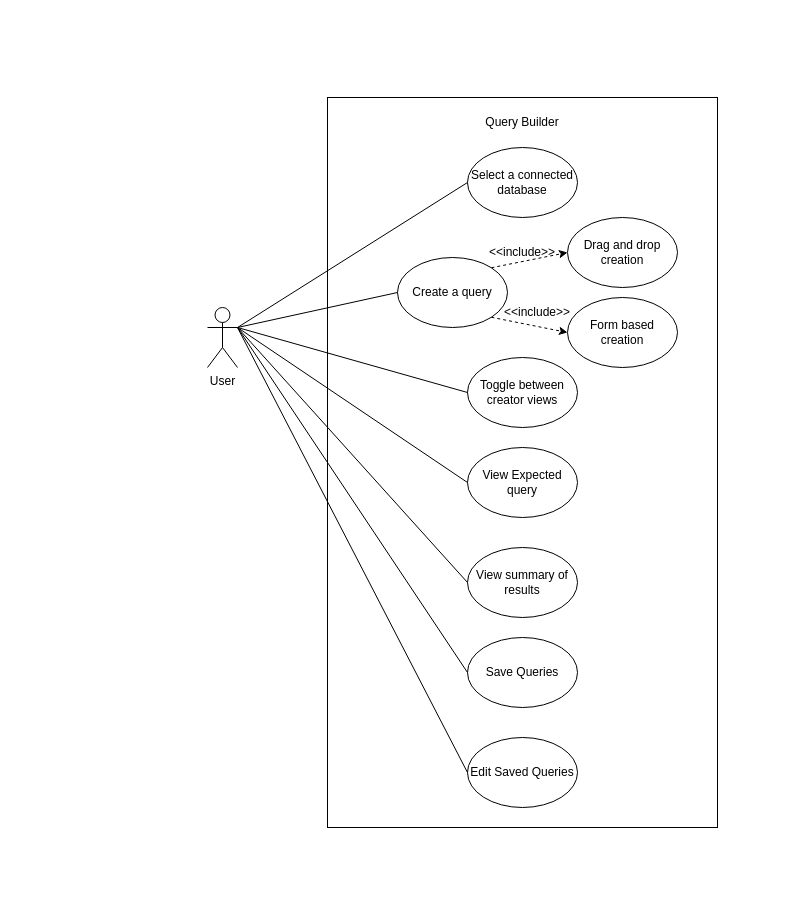
Before: query-builder-docs/static/img/QueryBuilder.drawio in COS301-SE-2024/Query-Builder, a draw.io diagram. Source tidied: cells renumbered, new cells numbered last; positions are measured from the earlier drawing's top-left corner, leaving out a move shared by most shapes. Both pictures are drawn from the tidied source at 100%, with x=0, y=0 at pixel (207, 97).
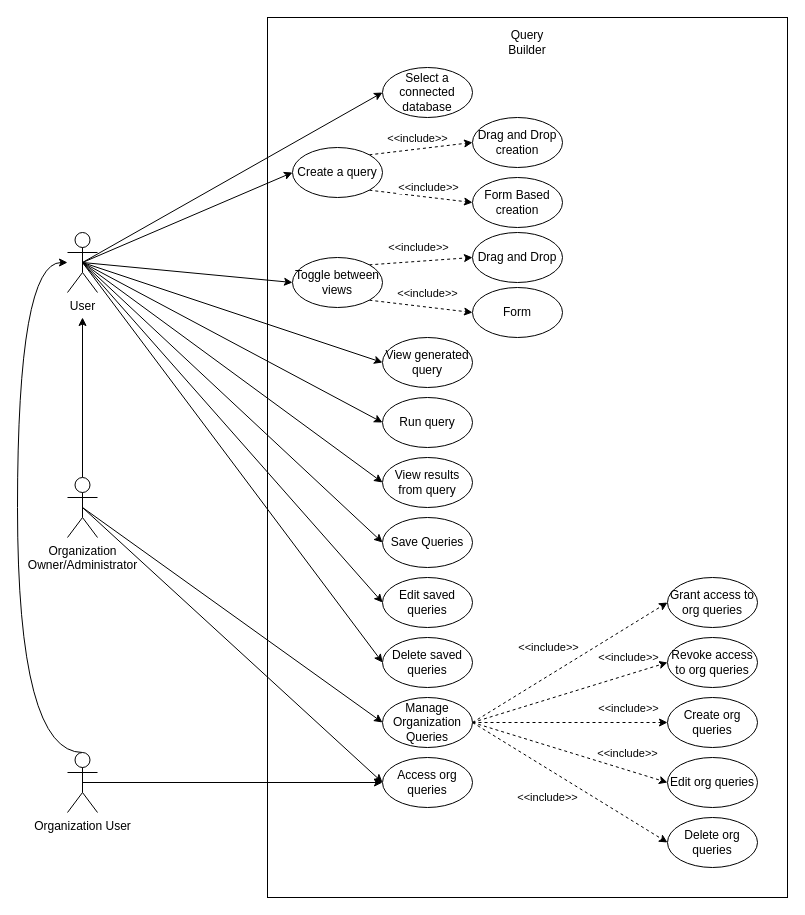
The same diagram, later.

The edit, as a diff of the source:
```diff
@@
-    <mxCell id="2" style="rounded=0;whiteSpace=wrap;html=1;" parent="1" vertex="1">
-      <mxGeometry x="120" width="390" height="730" as="geometry" />
-    </mxCell>
-    <mxCell id="3" value="User" style="shape=umlActor;verticalLabelPosition=bottom;verticalAlign=top;html=1;outlineConnect=0;" parent="1" vertex="1">
-      <mxGeometry y="210" width="30" height="60" as="geometry" />
-    </mxCell>
-    <mxCell id="4" value="Select a connected database" style="ellipse;whiteSpace=wrap;html=1;" parent="1" vertex="1">
-      <mxGeometry x="260" y="50" width="110" height="70" as="geometry" />
-    </mxCell>
-    <mxCell id="5" value="View Expected query" style="ellipse;whiteSpace=wrap;html=1;" parent="1" vertex="1">
-      <mxGeometry x="260" y="350" width="110" height="70" as="geometry" />
-    </mxCell>
-    <mxCell id="6" value="Create a query" style="ellipse;whiteSpace=wrap;html=1;" parent="1" vertex="1">
-      <mxGeometry x="190" y="160" width="110" height="70" as="geometry" />
-    </mxCell>
+    <mxCell id="25" style="rounded=0;whiteSpace=wrap;html=1;" parent="1" vertex="1">
+      <mxGeometry x="60" y="-80" width="520" height="880" as="geometry" />
+    </mxCell>
-    <mxCell id="7" style="endArrow=none;html=1;rounded=0;entryX=0;entryY=0.5;entryDx=0;entryDy=0;exitX=1;exitY=0.3333333333333333;exitDx=0;exitDy=0;exitPerimeter=0;" parent="1" edge="1" source="3" target="4">
+    <mxCell id="7" style="rounded=0;jettySize=auto;html=1;exitX=0.5;exitY=0.5;exitDx=0;exitDy=0;exitPerimeter=0;entryX=0;entryY=0.5;entryDx=0;entryDy=0;" parent="1" edge="1" source="3" target="4">
       <mxGeometry relative="1" as="geometry" />
     </mxCell>
-    <mxCell id="8" style="endArrow=none;html=1;rounded=0;entryX=0;entryY=0.5;entryDx=0;entryDy=0;exitX=1;exitY=0.3333333333333333;exitDx=0;exitDy=0;exitPerimeter=0;" parent="1" edge="1" source="3" target="6">
+    <mxCell id="8" style="rounded=0;jettySize=auto;html=1;exitX=0.5;exitY=0.5;exitDx=0;exitDy=0;exitPerimeter=0;entryX=0;entryY=0.5;entryDx=0;entryDy=0;" parent="1" edge="1" source="3" target="6">
       <mxGeometry relative="1" as="geometry" />
     </mxCell>
-    <mxCell id="9" style="endArrow=none;html=1;rounded=0;exitX=1;exitY=0.3333333333333333;exitDx=0;exitDy=0;exitPerimeter=0;entryX=0;entryY=0.5;entryDx=0;entryDy=0;" parent="1" edge="1" source="3" target="5">
-      <mxGeometry relative="1" as="geometry" />
-    </mxCell>
+    <mxCell id="26" style="rounded=0;jettySize=auto;html=1;exitX=0.5;exitY=0.5;exitDx=0;exitDy=0;exitPerimeter=0;entryX=0;entryY=0.5;entryDx=0;entryDy=0;" parent="1" edge="1" source="3" target="42">
+      <mxGeometry relative="1" as="geometry" />
+    </mxCell>
+    <mxCell id="27" style="rounded=0;jettySize=auto;html=1;exitX=0.5;exitY=0.5;exitDx=0;exitDy=0;exitPerimeter=0;entryX=0;entryY=0.5;entryDx=0;entryDy=0;" parent="1" edge="1" source="3" target="43">
+      <mxGeometry relative="1" as="geometry" />
+    </mxCell>
+    <mxCell id="28" style="rounded=0;jettySize=auto;html=1;exitX=0.5;exitY=0.5;exitDx=0;exitDy=0;exitPerimeter=0;entryX=0;entryY=0.5;entryDx=0;entryDy=0;" parent="1" edge="1" source="3" target="44">
+      <mxGeometry relative="1" as="geometry" />
+    </mxCell>
+    <mxCell id="29" style="rounded=0;jettySize=auto;html=1;exitX=0.5;exitY=0.5;exitDx=0;exitDy=0;exitPerimeter=0;entryX=0;entryY=0.5;entryDx=0;entryDy=0;" parent="1" edge="1" source="3" target="45">
+      <mxGeometry relative="1" as="geometry" />
+    </mxCell>
+    <mxCell id="23" style="rounded=0;jettySize=auto;html=1;exitX=0.5;exitY=0.5;exitDx=0;exitDy=0;exitPerimeter=0;entryX=0;entryY=0.5;entryDx=0;entryDy=0;" parent="1" edge="1" source="3" target="21">
+      <mxGeometry relative="1" as="geometry" />
+    </mxCell>
+    <mxCell id="30" style="rounded=0;jettySize=auto;html=1;exitX=0.5;exitY=0.5;exitDx=0;exitDy=0;exitPerimeter=0;entryX=0;entryY=0.5;entryDx=0;entryDy=0;" parent="1" edge="1" source="3" target="48">
+      <mxGeometry relative="1" as="geometry" />
+    </mxCell>
+    <mxCell id="31" style="rounded=0;jettySize=auto;html=1;exitX=0.5;exitY=0.5;exitDx=0;exitDy=0;exitPerimeter=0;entryX=0;entryY=0.5;entryDx=0;entryDy=0;" parent="1" edge="1" source="3" target="49">
+      <mxGeometry relative="1" as="geometry" />
+    </mxCell>
+    <mxCell id="3" value="User" style="shape=umlActor;verticalLabelPosition=bottom;verticalAlign=top;html=1;outlineConnect=0;" parent="1" vertex="1">
+      <mxGeometry x="-140" y="135" width="30" height="60" as="geometry" />
+    </mxCell>
     <mxCell id="10" value="Query Builder" style="text;html=1;align=center;verticalAlign=middle;whiteSpace=wrap;rounded=0;" parent="1" vertex="1">
-      <mxGeometry x="230" y="10" width="170" height="30" as="geometry" />
+      <mxGeometry x="290" y="-70" width="60" height="30" as="geometry" />
     </mxCell>
-    <mxCell id="11" value="View summary of results" style="ellipse;whiteSpace=wrap;html=1;" parent="1" vertex="1">
-      <mxGeometry x="260" y="450" width="110" height="70" as="geometry" />
-    </mxCell>
-    <mxCell id="12" value="Toggle between creator views" style="ellipse;whiteSpace=wrap;html=1;" parent="1" vertex="1">
-      <mxGeometry x="260" y="260" width="110" height="70" as="geometry" />
-    </mxCell>
-    <mxCell id="13" style="endArrow=none;html=1;rounded=0;exitX=1;exitY=0.3333333333333333;exitDx=0;exitDy=0;exitPerimeter=0;entryX=0;entryY=0.5;entryDx=0;entryDy=0;" parent="1" edge="1" source="3" target="12">
-      <mxGeometry relative="1" as="geometry" />
-    </mxCell>
-    <mxCell id="14" style="endArrow=none;html=1;rounded=0;exitX=1;exitY=0.3333333333333333;exitDx=0;exitDy=0;exitPerimeter=0;entryX=0;entryY=0.5;entryDx=0;entryDy=0;" parent="1" edge="1" source="3" target="11">
-      <mxGeometry relative="1" as="geometry" />
-    </mxCell>
-    <mxCell id="15" value="Form based creation" style="ellipse;whiteSpace=wrap;html=1;" parent="1" vertex="1">
-      <mxGeometry x="360" y="200" width="110" height="70" as="geometry" />
-    </mxCell>
-    <mxCell id="16" value="Drag and drop creation" style="ellipse;whiteSpace=wrap;html=1;" parent="1" vertex="1">
-      <mxGeometry x="360" y="120" width="110" height="70" as="geometry" />
-    </mxCell>
-    <mxCell id="17" style="endArrow=classic;html=1;rounded=0;entryX=0;entryY=0.5;entryDx=0;entryDy=0;exitX=1;exitY=0;exitDx=0;exitDy=0;dashed=1;" parent="1" edge="1" source="6" target="16">
-      <mxGeometry relative="1" as="geometry" />
-    </mxCell>
-    <mxCell id="18" style="endArrow=classic;html=1;rounded=0;entryX=0;entryY=0.5;entryDx=0;entryDy=0;exitX=1;exitY=1;exitDx=0;exitDy=0;dashed=1;" parent="1" edge="1" source="6" target="15">
-      <mxGeometry relative="1" as="geometry" />
-    </mxCell>
-    <mxCell id="19" value="&amp;lt;&amp;lt;include&amp;gt;&amp;gt;" style="text;html=1;align=center;verticalAlign=middle;whiteSpace=wrap;rounded=0;" parent="1" vertex="1">
-      <mxGeometry x="300" y="200" width="60" height="30" as="geometry" />
-    </mxCell>
-    <mxCell id="20" value="&amp;lt;&amp;lt;include&amp;gt;&amp;gt;" style="text;html=1;align=center;verticalAlign=middle;whiteSpace=wrap;rounded=0;" parent="1" vertex="1">
-      <mxGeometry x="285" y="140" width="60" height="30" as="geometry" />
-    </mxCell>
+    <mxCell id="4" value="Select a connected database" style="ellipse;whiteSpace=wrap;html=1;" parent="1" vertex="1">
+      <mxGeometry x="175" y="-30" width="90" height="50" as="geometry" />
+    </mxCell>
+    <mxCell id="32" value="Drag and Drop creation" style="ellipse;whiteSpace=wrap;html=1;" parent="1" vertex="1">
+      <mxGeometry x="265" y="20" width="90" height="50" as="geometry" />
+    </mxCell>
+    <mxCell id="33" value="Form Based creation" style="ellipse;whiteSpace=wrap;html=1;" parent="1" vertex="1">
+      <mxGeometry x="265" y="80" width="90" height="50" as="geometry" />
+    </mxCell>
+    <mxCell id="34" style="rounded=0;jettySize=auto;html=1;exitX=1;exitY=0;exitDx=0;exitDy=0;entryX=0;entryY=0.5;entryDx=0;entryDy=0;dashed=1;" parent="1" edge="1" source="6" target="32">
+      <mxGeometry relative="1" as="geometry" />
+    </mxCell>
+    <mxCell id="35" value="&amp;lt;&amp;lt;include&amp;gt;&amp;gt;" style="edgeLabel;html=1;align=center;verticalAlign=middle;" parent="34" vertex="1">
+      <mxGeometry x="-0.17" y="-1" relative="1" as="geometry">
+        <mxPoint x="5" y="-13" as="offset" />
+      </mxGeometry>
+    </mxCell>
+    <mxCell id="36" style="rounded=0;jettySize=auto;html=1;exitX=1;exitY=1;exitDx=0;exitDy=0;entryX=0;entryY=0.5;entryDx=0;entryDy=0;dashed=1;" parent="1" edge="1" source="6" target="33">
+      <mxGeometry relative="1" as="geometry" />
+    </mxCell>
+    <mxCell id="37" value="&amp;lt;&amp;lt;include&amp;gt;&amp;gt;" style="edgeLabel;html=1;align=center;verticalAlign=middle;" parent="36" vertex="1">
+      <mxGeometry x="-0.06" y="5" relative="1" as="geometry">
+        <mxPoint x="9" y="-4" as="offset" />
+      </mxGeometry>
+    </mxCell>
+    <mxCell id="6" value="Create a query" style="ellipse;whiteSpace=wrap;html=1;" parent="1" vertex="1">
+      <mxGeometry x="85" y="50" width="90" height="50" as="geometry" />
+    </mxCell>
+    <mxCell id="38" style="rounded=0;jettySize=auto;html=1;exitX=1;exitY=0;exitDx=0;exitDy=0;entryX=0;entryY=0.5;entryDx=0;entryDy=0;dashed=1;" parent="1" edge="1" source="42" target="46">
+      <mxGeometry relative="1" as="geometry" />
+    </mxCell>
+    <mxCell id="39" value="&amp;lt;&amp;lt;include&amp;gt;&amp;gt;" style="edgeLabel;html=1;align=center;verticalAlign=middle;" parent="38" vertex="1">
+      <mxGeometry x="-0.05" relative="1" as="geometry">
+        <mxPoint y="-14" as="offset" />
+      </mxGeometry>
+    </mxCell>
+    <mxCell id="40" style="rounded=0;jettySize=auto;html=1;exitX=1;exitY=1;exitDx=0;exitDy=0;entryX=0;entryY=0.5;entryDx=0;entryDy=0;dashed=1;" parent="1" edge="1" source="42" target="47">
+      <mxGeometry relative="1" as="geometry" />
+    </mxCell>
+    <mxCell id="41" value="&amp;lt;&amp;lt;include&amp;gt;&amp;gt;" style="edgeLabel;html=1;align=center;verticalAlign=middle;" parent="40" vertex="1">
+      <mxGeometry x="-0.13" y="1" relative="1" as="geometry">
+        <mxPoint x="13" y="-12" as="offset" />
+      </mxGeometry>
+    </mxCell>
+    <mxCell id="42" value="Toggle between views" style="ellipse;whiteSpace=wrap;html=1;" parent="1" vertex="1">
+      <mxGeometry x="85" y="160" width="90" height="50" as="geometry" />
+    </mxCell>
+    <mxCell id="43" value="View generated query" style="ellipse;whiteSpace=wrap;html=1;" parent="1" vertex="1">
+      <mxGeometry x="175" y="240" width="90" height="50" as="geometry" />
+    </mxCell>
+    <mxCell id="44" value="Run query" style="ellipse;whiteSpace=wrap;html=1;" parent="1" vertex="1">
+      <mxGeometry x="175" y="300" width="90" height="50" as="geometry" />
+    </mxCell>
+    <mxCell id="45" value="View results from query" style="ellipse;whiteSpace=wrap;html=1;" parent="1" vertex="1">
+      <mxGeometry x="175" y="360" width="90" height="50" as="geometry" />
+    </mxCell>
+    <mxCell id="46" value="Drag and Drop" style="ellipse;whiteSpace=wrap;html=1;" parent="1" vertex="1">
+      <mxGeometry x="265" y="135" width="90" height="50" as="geometry" />
+    </mxCell>
+    <mxCell id="47" value="Form" style="ellipse;whiteSpace=wrap;html=1;" parent="1" vertex="1">
+      <mxGeometry x="265" y="190" width="90" height="50" as="geometry" />
+    </mxCell>
     <mxCell id="21" value="Save Queries" style="ellipse;whiteSpace=wrap;html=1;" parent="1" vertex="1">
-      <mxGeometry x="260" y="540" width="110" height="70" as="geometry" />
+      <mxGeometry x="175" y="420" width="90" height="50" as="geometry" />
     </mxCell>
-    <mxCell id="22" value="Edit Saved Queries" style="ellipse;whiteSpace=wrap;html=1;" parent="1" vertex="1">
-      <mxGeometry x="260" y="640" width="110" height="70" as="geometry" />
-    </mxCell>
-    <mxCell id="23" style="endArrow=none;html=1;rounded=0;exitX=1;exitY=0.3333333333333333;exitDx=0;exitDy=0;exitPerimeter=0;entryX=0;entryY=0.5;entryDx=0;entryDy=0;" parent="1" edge="1" source="3" target="21">
-      <mxGeometry relative="1" as="geometry" />
-    </mxCell>
-    <mxCell id="24" style="endArrow=none;html=1;rounded=0;exitX=1;exitY=0.3333333333333333;exitDx=0;exitDy=0;exitPerimeter=0;entryX=0;entryY=0.5;entryDx=0;entryDy=0;" parent="1" edge="1" source="3" target="22">
-      <mxGeometry relative="1" as="geometry" />
-    </mxCell>
+    <mxCell id="48" value="Edit saved queries" style="ellipse;whiteSpace=wrap;html=1;" parent="1" vertex="1">
+      <mxGeometry x="175" y="480" width="90" height="50" as="geometry" />
+    </mxCell>
+    <mxCell id="49" value="Delete saved queries" style="ellipse;whiteSpace=wrap;html=1;" parent="1" vertex="1">
+      <mxGeometry x="175" y="540" width="90" height="50" as="geometry" />
+    </mxCell>
+    <mxCell id="50" style="rounded=0;jettySize=auto;html=1;exitX=1;exitY=0.5;exitDx=0;exitDy=0;entryX=0;entryY=0.5;entryDx=0;entryDy=0;dashed=1;" parent="1" edge="1" source="60" target="67">
+      <mxGeometry relative="1" as="geometry" />
+    </mxCell>
+    <mxCell id="51" value="&amp;lt;&amp;lt;include&amp;gt;&amp;gt;" style="edgeLabel;html=1;align=center;verticalAlign=middle;" parent="50" vertex="1">
+      <mxGeometry x="-0.03" y="1" relative="1" as="geometry">
+        <mxPoint x="-19" y="-16" as="offset" />
+      </mxGeometry>
+    </mxCell>
+    <mxCell id="52" style="rounded=0;jettySize=auto;html=1;exitX=1;exitY=0.5;exitDx=0;exitDy=0;entryX=0;entryY=0.5;entryDx=0;entryDy=0;dashed=1;" parent="1" edge="1" source="60" target="66">
+      <mxGeometry relative="1" as="geometry" />
+    </mxCell>
+    <mxCell id="53" value="&amp;lt;&amp;lt;include&amp;gt;&amp;gt;" style="edgeLabel;html=1;align=center;verticalAlign=middle;" parent="52" vertex="1">
+      <mxGeometry x="0.11" y="-2" relative="1" as="geometry">
+        <mxPoint x="47" y="-34" as="offset" />
+      </mxGeometry>
+    </mxCell>
+    <mxCell id="54" style="rounded=0;jettySize=auto;html=1;exitX=1;exitY=0.5;exitDx=0;exitDy=0;entryX=0;entryY=0.5;entryDx=0;entryDy=0;dashed=1;" parent="1" edge="1" source="60" target="65">
+      <mxGeometry relative="1" as="geometry" />
+    </mxCell>
+    <mxCell id="55" value="&amp;lt;&amp;lt;include&amp;gt;&amp;gt;" style="edgeLabel;html=1;align=center;verticalAlign=middle;" parent="54" vertex="1">
+      <mxGeometry x="0.45" y="-1" relative="1" as="geometry">
+        <mxPoint x="14" y="-16" as="offset" />
+      </mxGeometry>
+    </mxCell>
+    <mxCell id="56" style="rounded=0;jettySize=auto;html=1;exitX=1;exitY=0.5;exitDx=0;exitDy=0;entryX=0;entryY=0.5;entryDx=0;entryDy=0;dashed=1;" parent="1" edge="1" source="60" target="68">
+      <mxGeometry relative="1" as="geometry" />
+    </mxCell>
+    <mxCell id="57" value="&amp;lt;&amp;lt;include&amp;gt;&amp;gt;" style="edgeLabel;html=1;align=center;verticalAlign=middle;" parent="56" vertex="1">
+      <mxGeometry x="0.48" y="-2" relative="1" as="geometry">
+        <mxPoint x="11" y="-16" as="offset" />
+      </mxGeometry>
+    </mxCell>
+    <mxCell id="58" style="rounded=0;jettySize=auto;html=1;exitX=1;exitY=0.5;exitDx=0;exitDy=0;entryX=0;entryY=0.5;entryDx=0;entryDy=0;dashed=1;" parent="1" edge="1" source="60" target="69">
+      <mxGeometry relative="1" as="geometry" />
+    </mxCell>
+    <mxCell id="59" value="&amp;lt;&amp;lt;include&amp;gt;&amp;gt;" style="edgeLabel;html=1;align=center;verticalAlign=middle;" parent="58" vertex="1">
+      <mxGeometry x="0.61" y="2" relative="1" as="geometry">
+        <mxPoint x="-83" y="-20" as="offset" />
+      </mxGeometry>
+    </mxCell>
+    <mxCell id="60" value="Manage Organization Queries" style="ellipse;whiteSpace=wrap;html=1;" parent="1" vertex="1">
+      <mxGeometry x="175" y="600" width="90" height="50" as="geometry" />
+    </mxCell>
+    <mxCell id="61" style="rounded=0;jettySize=auto;html=1;exitX=0.5;exitY=0.5;exitDx=0;exitDy=0;exitPerimeter=0;entryX=0;entryY=0.5;entryDx=0;entryDy=0;" parent="1" edge="1" source="64" target="60">
+      <mxGeometry relative="1" as="geometry" />
+    </mxCell>
+    <mxCell id="62" style="edgeStyle=orthogonalEdgeStyle;rounded=0;jettySize=auto;html=1;exitX=0.5;exitY=0;exitDx=0;exitDy=0;exitPerimeter=0;" parent="1" edge="1" source="64">
+      <mxGeometry relative="1" as="geometry">
+        <mxPoint x="-125" y="220" as="targetPoint" />
+      </mxGeometry>
+    </mxCell>
+    <mxCell id="63" style="rounded=0;jettySize=auto;html=1;exitX=0.5;exitY=0.5;exitDx=0;exitDy=0;exitPerimeter=0;entryX=0;entryY=0.5;entryDx=0;entryDy=0;" parent="1" edge="1" source="64" target="70">
+      <mxGeometry relative="1" as="geometry" />
+    </mxCell>
+    <mxCell id="64" value="Organization&lt;br&gt;Owner/Administrator" style="shape=umlActor;verticalLabelPosition=bottom;verticalAlign=top;html=1;outlineConnect=0;" parent="1" vertex="1">
+      <mxGeometry x="-140" y="380" width="30" height="60" as="geometry" />
+    </mxCell>
+    <mxCell id="65" value="Create org queries" style="ellipse;whiteSpace=wrap;html=1;" parent="1" vertex="1">
+      <mxGeometry x="460" y="600" width="90" height="50" as="geometry" />
+    </mxCell>
+    <mxCell id="66" value="Revoke access to org queries" style="ellipse;whiteSpace=wrap;html=1;" parent="1" vertex="1">
+      <mxGeometry x="460" y="540" width="90" height="50" as="geometry" />
+    </mxCell>
+    <mxCell id="67" value="Grant access to org queries" style="ellipse;whiteSpace=wrap;html=1;" parent="1" vertex="1">
+      <mxGeometry x="460" y="480" width="90" height="50" as="geometry" />
+    </mxCell>
+    <mxCell id="68" value="Edit org queries" style="ellipse;whiteSpace=wrap;html=1;" parent="1" vertex="1">
+      <mxGeometry x="460" y="660" width="90" height="50" as="geometry" />
+    </mxCell>
+    <mxCell id="69" value="Delete org queries" style="ellipse;whiteSpace=wrap;html=1;" parent="1" vertex="1">
+      <mxGeometry x="460" y="720" width="90" height="50" as="geometry" />
+    </mxCell>
+    <mxCell id="70" value="Access org queries" style="ellipse;whiteSpace=wrap;html=1;" parent="1" vertex="1">
+      <mxGeometry x="175" y="660" width="90" height="50" as="geometry" />
+    </mxCell>
+    <mxCell id="71" style="rounded=0;jettySize=auto;html=1;exitX=0.5;exitY=0.5;exitDx=0;exitDy=0;exitPerimeter=0;entryX=0;entryY=0.5;entryDx=0;entryDy=0;" parent="1" edge="1" source="73" target="70">
+      <mxGeometry relative="1" as="geometry" />
+    </mxCell>
+    <mxCell id="72" style="edgeStyle=orthogonalEdgeStyle;rounded=0;jettySize=auto;html=1;exitX=0.5;exitY=0;exitDx=0;exitDy=0;exitPerimeter=0;curved=1;" parent="1" edge="1" source="73" target="3">
+      <mxGeometry relative="1" as="geometry">
+        <Array as="points">
+          <mxPoint x="-190" y="655" />
+          <mxPoint x="-190" y="165" />
+        </Array>
+      </mxGeometry>
+    </mxCell>
+    <mxCell id="73" value="Organization User" style="shape=umlActor;verticalLabelPosition=bottom;verticalAlign=top;html=1;outlineConnect=0;" parent="1" vertex="1">
+      <mxGeometry x="-140" y="655" width="30" height="60" as="geometry" />
+    </mxCell>
```
